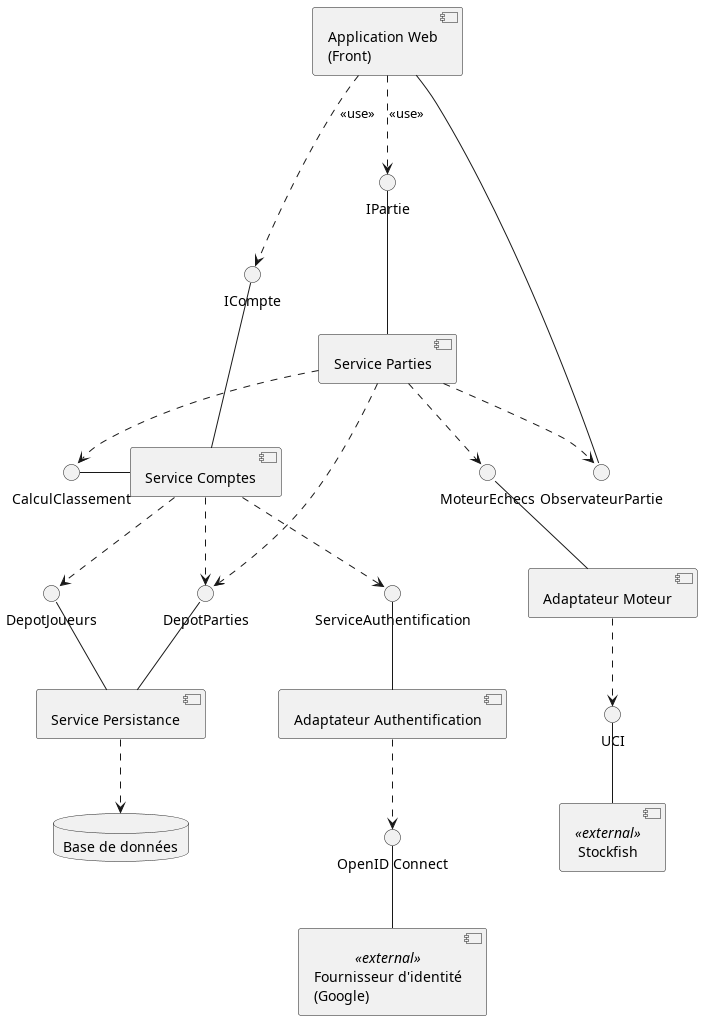
This is diagrams/composants-architecture.png from kevinBissouth/projet_echecs_tic315, a PlantUML export, as it was before one commit.
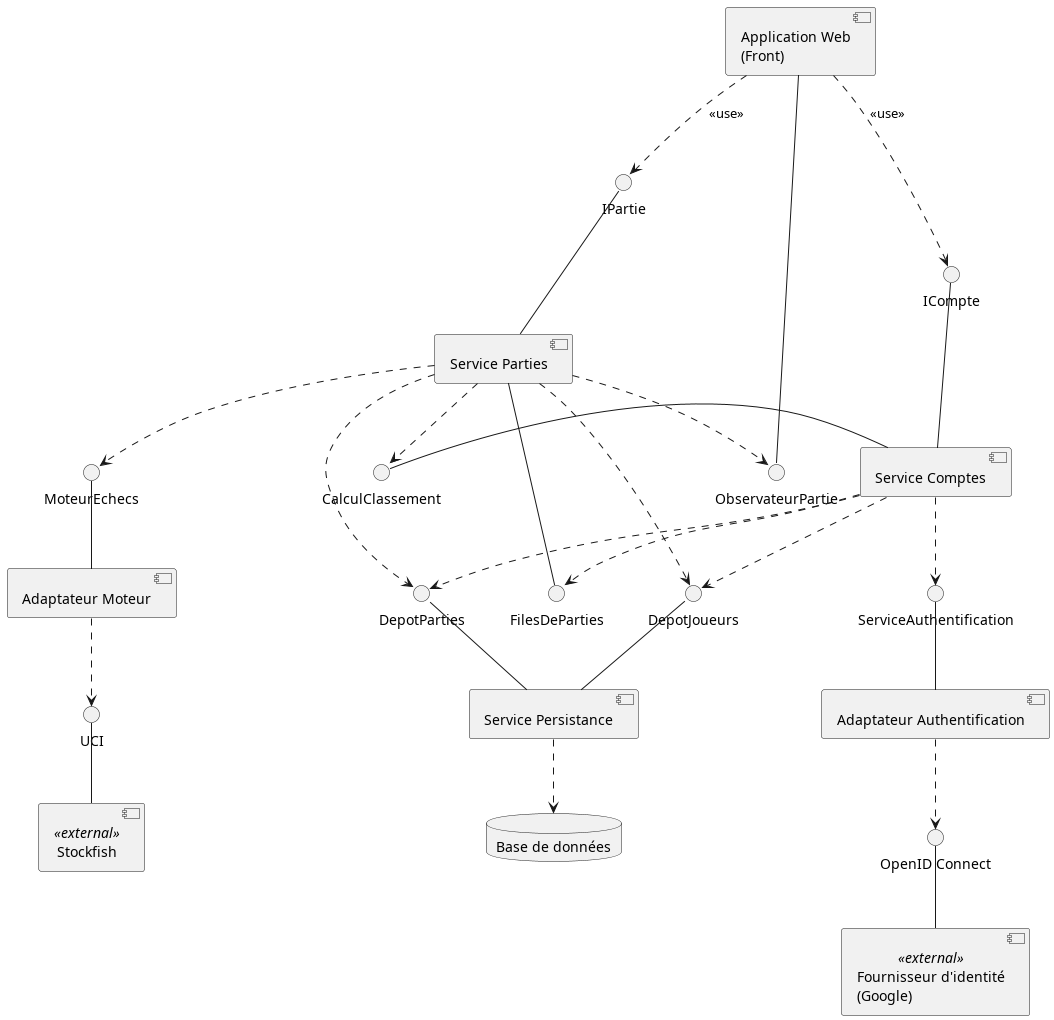
The same file after the commit.

Change to the diagram source:
```diff
@@ -1,7 +1,7 @@
 @startuml composants-architecture
 
 skinparam componentStyle uml2
-skinparam nodesep 50
+skinparam nodesep 75
 skinparam ranksep 55
 
 component "Application Web\n(Front)" as Front
@@ -22,6 +22,7 @@
 interface "ServiceAuthentification" as IAuthentification
 interface "DepotParties" as IDepotParties
 interface "DepotJoueurs" as IDepotJoueurs
+interface "FilesDeParties" as IFiles
 interface "UCI" as Uci
 interface "OpenID Connect" as Oidc
 
@@ -37,6 +38,9 @@
 
 ServiceParties ..> IMoteur
 ServiceParties ..> IDepotParties
+ServiceParties ..> IDepotJoueurs
+ServiceParties -right- IFiles
+ServiceComptes ..> IFiles
 ServiceComptes ..> IAuthentification
 ServiceComptes ..> IDepotJoueurs
 ServiceComptes ..> IDepotParties
```
